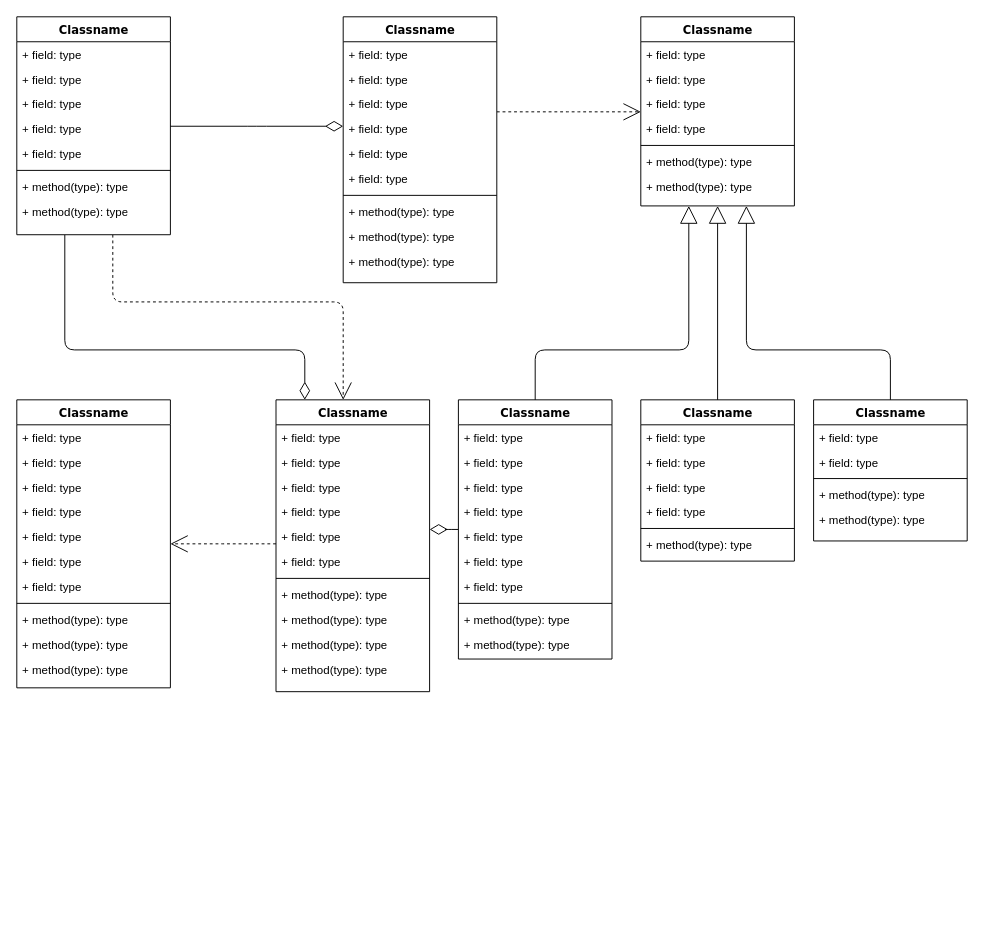
LiGuangyang01/Software-design-drawing keeps this draw.io diagram as 未命名绘图.drawio. Above is the earlier version. Source tidied: cells renumbered, new cells numbered last; positions are measured from the earlier drawing's top-left corner, leaving out a move shared by most shapes. Both pictures are drawn from the tidied source at 96%, with x=0, y=0 at pixel (16, 16).
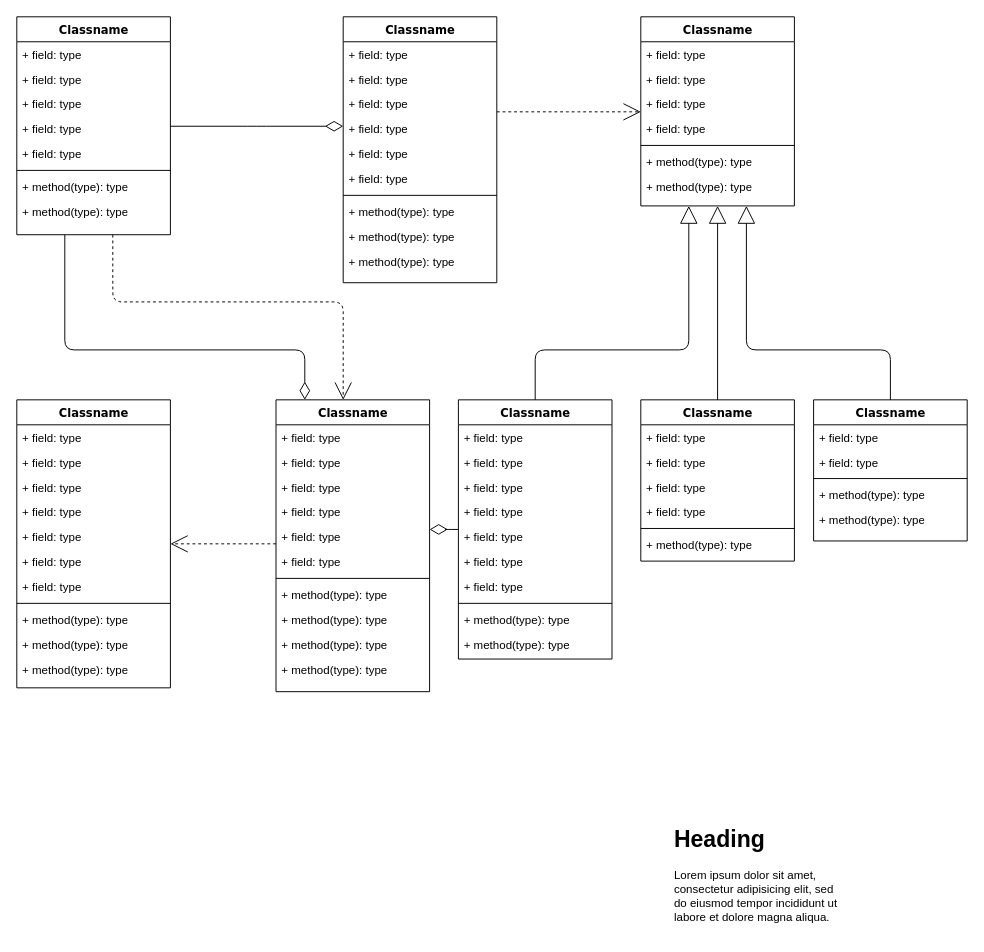
After the change.

Commit message:
更新未命名绘图.drawio

Change to the diagram source:
```diff
@@
+    <mxCell id="87" value="&lt;h1&gt;Heading&lt;/h1&gt;&lt;p&gt;Lorem ipsum dolor sit amet, consectetur adipisicing elit, sed do eiusmod tempor incididunt ut labore et dolore magna aliqua.&lt;/p&gt;" style="text;html=1;strokeColor=none;fillColor=none;spacing=5;spacingTop=-20;whiteSpace=wrap;overflow=hidden;rounded=0;" parent="1" vertex="1">
+      <mxGeometry x="680" y="837" width="190" height="120" as="geometry" />
+    </mxCell>
```
